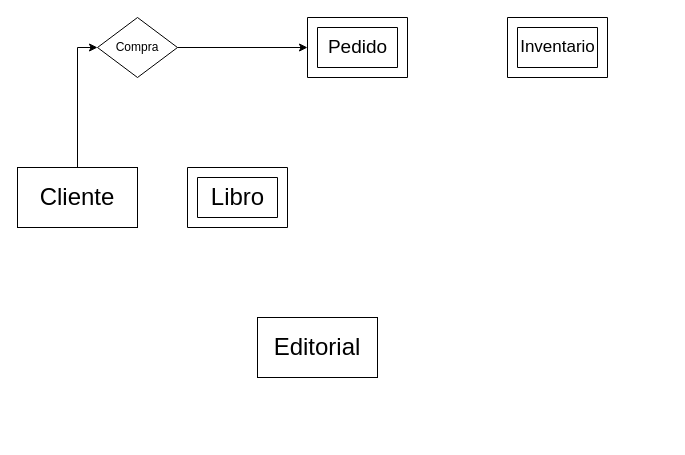
Earlier version of the draw.io diagram Diagrama sin título.drawio (MattLudu/portfolio). Source tidied: cells renumbered, new cells numbered last; positions are measured from the earlier drawing's top-left corner, leaving out a move shared by most shapes. Both pictures are drawn from the tidied source at 100%, with x=0, y=0 at pixel (17, 17).
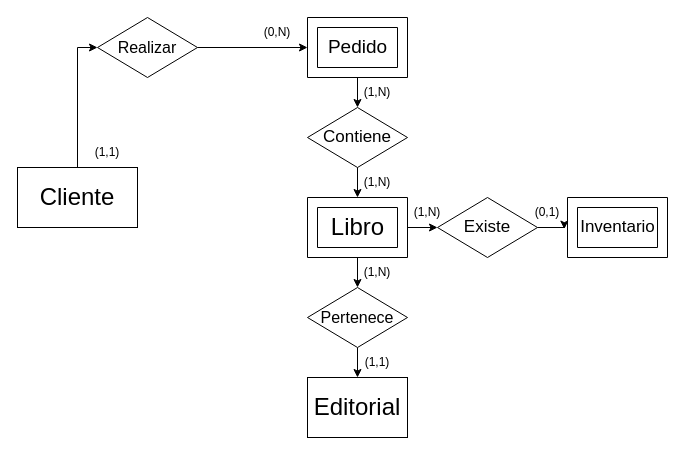
Above is the later version.

The change refers to these unchanged cells:
```xml
<mxCell id="7" style="verticalLabelPosition=bottom;verticalAlign=top;html=1;shape=mxgraph.basic.frame;dx=10;whiteSpace=wrap;" parent="6" vertex="1">
  <mxGeometry width="100" height="60" as="geometry" />
</mxCell>
<mxCell id="10" style="verticalLabelPosition=bottom;verticalAlign=top;html=1;shape=mxgraph.basic.frame;dx=10;whiteSpace=wrap;" parent="9" vertex="1">
  <mxGeometry width="100" height="60" as="geometry" />
</mxCell>
<mxCell id="14" value="&lt;font style=&quot;font-size: 17px;&quot;&gt;Inventario&lt;/font&gt;" style="text;html=1;align=center;verticalAlign=middle;points=[];strokeColor=none;fillColor=none;" parent="12" vertex="1">
  <mxGeometry y="15" width="100" height="30" as="geometry" />
</mxCell>
```

Diff of the diagram source:
```diff
@@
     <mxCell id="4" value="&lt;font style=&quot;font-size: 24px;&quot;&gt;Editorial&lt;/font&gt;" style="rounded=0;whiteSpace=wrap;html=1;" parent="1" vertex="1">
-      <mxGeometry x="240" y="300" width="120" height="60" as="geometry" />
+      <mxGeometry x="290" y="360" width="100" height="60" as="geometry" />
     </mxCell>
-    <mxCell id="5" value="Compra" style="rhombus;whiteSpace=wrap;html=1;" parent="1" vertex="1">
-      <mxGeometry x="80" width="80" height="60" as="geometry" />
+    <mxCell id="5" value="&lt;font style=&quot;font-size: 16px;&quot;&gt;Realizar&lt;/font&gt;" style="rhombus;whiteSpace=wrap;html=1;" parent="1" vertex="1">
+      <mxGeometry x="80" width="100" height="60" as="geometry" />
     </mxCell>
     <mxCell id="6" style="group;" parent="1" vertex="1">
-      <mxGeometry x="170" y="150" width="100" height="60" as="geometry" />
+      <mxGeometry x="290" y="180" width="100" height="60" as="geometry" />
     </mxCell>
@@
     <mxCell id="12" style="group;" parent="1" vertex="1">
-      <mxGeometry x="490" width="100" height="60" as="geometry" />
+      <mxGeometry x="550" y="180" width="100" height="60" as="geometry" />
     </mxCell>
@@
+    <mxCell id="16" value="(1,1)" style="text;html=1;align=center;verticalAlign=middle;whiteSpace=wrap;rounded=0;" parent="1" vertex="1">
+      <mxGeometry x="60" y="120" width="60" height="30" as="geometry" />
+    </mxCell>
+    <mxCell id="17" value="(0,N)" style="text;html=1;align=center;verticalAlign=middle;whiteSpace=wrap;rounded=0;" parent="1" vertex="1">
+      <mxGeometry x="230" width="60" height="30" as="geometry" />
+    </mxCell>
+    <mxCell id="18" value="&lt;font style=&quot;font-size: 17px;&quot;&gt;Contiene&lt;/font&gt;" style="rhombus;whiteSpace=wrap;html=1;" parent="1" vertex="1">
+      <mxGeometry x="290" y="90" width="100" height="60" as="geometry" />
+    </mxCell>
+    <mxCell id="19" style="edgeStyle=orthogonalEdgeStyle;rounded=0;jettySize=auto;html=1;exitX=0.5;exitY=1;exitDx=0;exitDy=0;exitPerimeter=0;entryX=0.5;entryY=0;entryDx=0;entryDy=0;" parent="1" edge="1" source="10" target="18">
+      <mxGeometry relative="1" as="geometry" />
+    </mxCell>
+    <mxCell id="20" style="edgeStyle=orthogonalEdgeStyle;rounded=0;jettySize=auto;html=1;exitX=0.5;exitY=1;exitDx=0;exitDy=0;entryX=0.5;entryY=0;entryDx=0;entryDy=0;entryPerimeter=0;" parent="1" edge="1" source="18" target="7">
+      <mxGeometry relative="1" as="geometry" />
+    </mxCell>
+    <mxCell id="21" value="(1,N)" style="text;html=1;align=center;verticalAlign=middle;whiteSpace=wrap;rounded=0;" parent="1" vertex="1">
+      <mxGeometry x="330" y="60" width="60" height="30" as="geometry" />
+    </mxCell>
+    <mxCell id="22" value="(1,N)" style="text;html=1;align=center;verticalAlign=middle;whiteSpace=wrap;rounded=0;" parent="1" vertex="1">
+      <mxGeometry x="330" y="150" width="60" height="30" as="geometry" />
+    </mxCell>
+    <mxCell id="23" style="edgeStyle=orthogonalEdgeStyle;rounded=0;jettySize=auto;html=1;exitX=0.5;exitY=1;exitDx=0;exitDy=0;entryX=0.5;entryY=0;entryDx=0;entryDy=0;" parent="1" edge="1" source="24" target="4">
+      <mxGeometry relative="1" as="geometry" />
+    </mxCell>
+    <mxCell id="24" value="&lt;font style=&quot;font-size: 16px;&quot;&gt;Pertenece&lt;/font&gt;" style="rhombus;whiteSpace=wrap;html=1;" parent="1" vertex="1">
+      <mxGeometry x="290" y="270" width="100" height="60" as="geometry" />
+    </mxCell>
+    <mxCell id="25" style="edgeStyle=orthogonalEdgeStyle;rounded=0;jettySize=auto;html=1;exitX=0.5;exitY=1;exitDx=0;exitDy=0;exitPerimeter=0;entryX=0.5;entryY=0;entryDx=0;entryDy=0;" parent="1" edge="1" source="7" target="24">
+      <mxGeometry relative="1" as="geometry" />
+    </mxCell>
+    <mxCell id="26" value="(1,N)" style="text;html=1;align=center;verticalAlign=middle;whiteSpace=wrap;rounded=0;" parent="1" vertex="1">
+      <mxGeometry x="330" y="240" width="60" height="30" as="geometry" />
+    </mxCell>
+    <mxCell id="27" value="(1,1)" style="text;html=1;align=center;verticalAlign=middle;whiteSpace=wrap;rounded=0;" parent="1" vertex="1">
+      <mxGeometry x="330" y="330" width="60" height="30" as="geometry" />
+    </mxCell>
+    <mxCell id="28" value="&lt;font style=&quot;font-size: 17px;&quot;&gt;Existe&lt;/font&gt;" style="rhombus;whiteSpace=wrap;html=1;" parent="1" vertex="1">
+      <mxGeometry x="420" y="180" width="100" height="60" as="geometry" />
+    </mxCell>
+    <mxCell id="29" style="edgeStyle=orthogonalEdgeStyle;rounded=0;jettySize=auto;html=1;exitX=1;exitY=0.5;exitDx=0;exitDy=0;exitPerimeter=0;entryX=0;entryY=0.5;entryDx=0;entryDy=0;" parent="1" edge="1" source="7" target="28">
+      <mxGeometry relative="1" as="geometry" />
+    </mxCell>
+    <mxCell id="30" style="edgeStyle=orthogonalEdgeStyle;rounded=0;jettySize=auto;html=1;exitX=1;exitY=0.5;exitDx=0;exitDy=0;entryX=-0.032;entryY=0.553;entryDx=0;entryDy=0;entryPerimeter=0;" parent="1" edge="1" source="28" target="14">
+      <mxGeometry relative="1" as="geometry" />
+    </mxCell>
+    <mxCell id="31" value="(1,N)" style="text;html=1;align=center;verticalAlign=middle;whiteSpace=wrap;rounded=0;" parent="1" vertex="1">
+      <mxGeometry x="380" y="180" width="60" height="30" as="geometry" />
+    </mxCell>
+    <mxCell id="32" value="(0,1)" style="text;html=1;align=center;verticalAlign=middle;whiteSpace=wrap;rounded=0;" parent="1" vertex="1">
+      <mxGeometry x="500" y="180" width="60" height="30" as="geometry" />
+    </mxCell>
```
